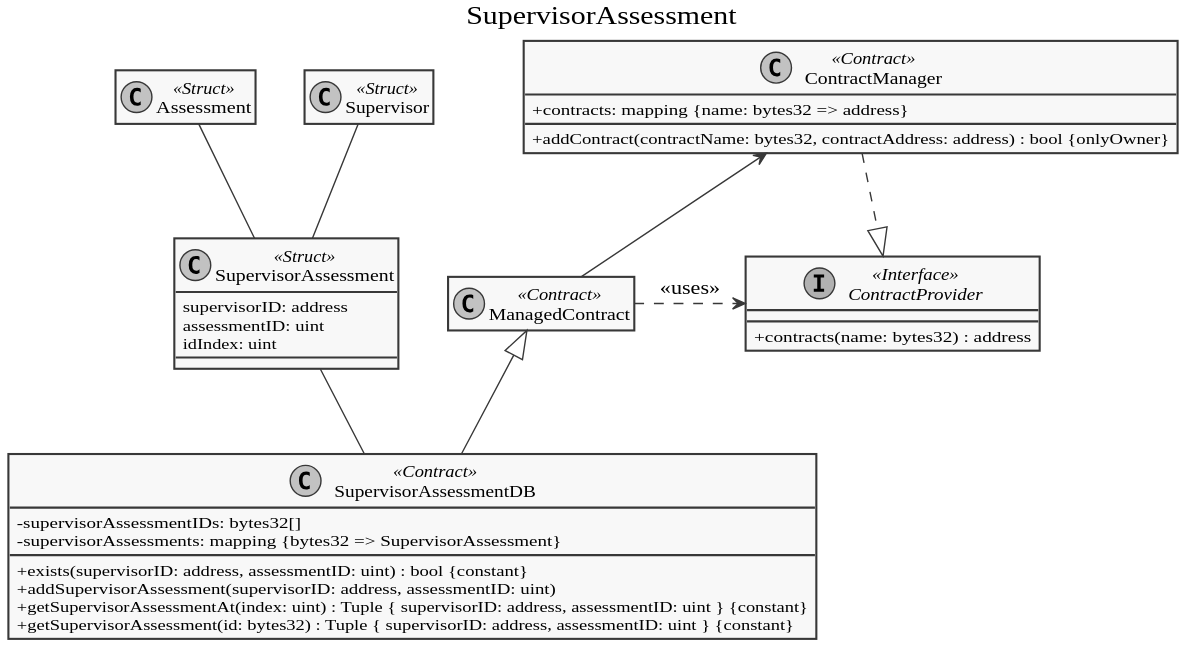
This is doc/diagrams/export/contracts/supervisorassessmentdb.svg from dev-tee/blockpass, a PlantUML export, as it was before one commit.
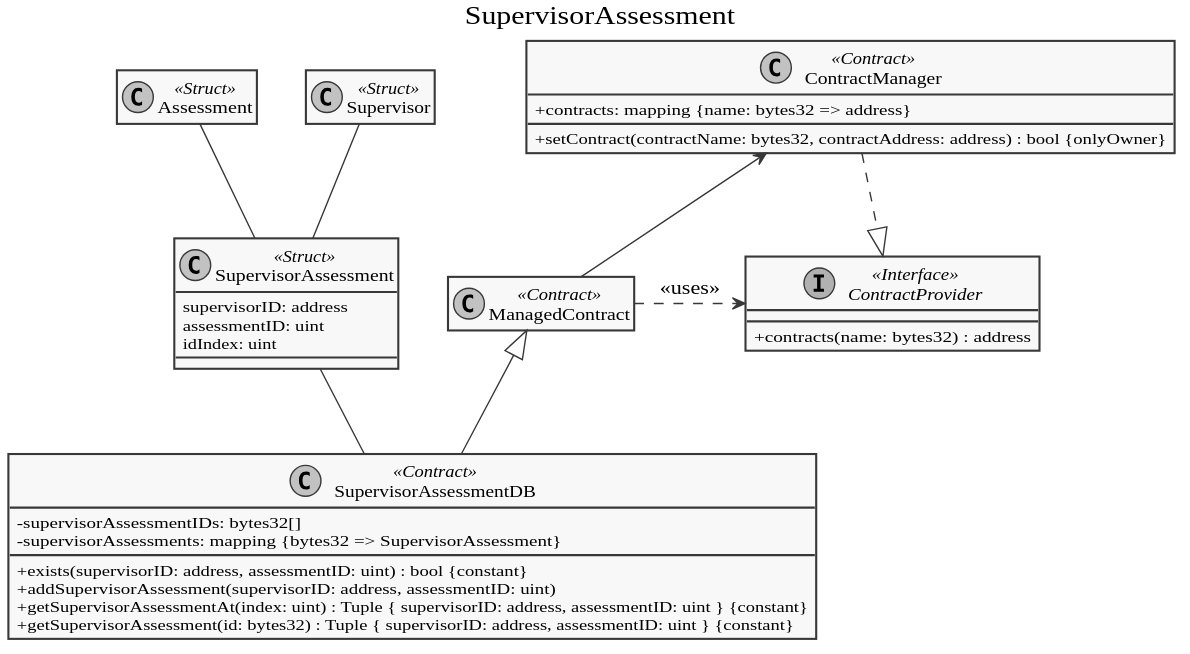
After the change.

Diff of the diagram source:
```diff
@@ -36,7 +36,7 @@
 
 class ContractManager << Contract >> {
   +contracts: mapping {name: bytes32 => address}
-  +addContract(contractName: bytes32, contractAddress: address) : bool {onlyOwner}
+  +setContract(contractName: bytes32, contractAddress: address) : bool {onlyOwner}
 }
 
 ContractManager -up-|> Owned
@@ -65,8 +65,8 @@
 title SupervisorDB
 
 class Supervisor << Struct >> {
-  name: bytes32
-  uaccountID: bytes32
+  name: string
+  uaccountID: string
   index: uint
   courseSupervisionIDs: bytes32[]
   testSupervisionIDs: bytes32[]
@@ -78,9 +78,9 @@
   -supervisors: mapping {address => Supervisor}
   __
   +isSupervisor(account: address) : bool {constant}
-  +addSupervisor(account: address, name: bytes32, uaccountID: bytes32)
-  +getSupervisor(account: address) : Tuple { name: bytes32, uaccountID: bytes32 } {constant}
-  +getSupervisorAt(index: uint) : Tuple { name: bytes32, uaccountID: bytes32 } {constant}
+  +addSupervisor(account: address, name: string, uaccountID: string)
+  +getSupervisor(account: address) : Tuple { name: string, uaccountID: string } {constant}
+  +getSupervisorAt(index: uint) : Tuple { name: string, uaccountID: string } {constant}
   +getNumSupervisors() : uint {constant}
   .. Setter for combined values ..
   +addCourseSupervisionID(account: address, id: bytes32) {permission: "coursesupervisiondb"}
@@ -106,8 +106,8 @@
 
 class Course << Struct >> {
   description: string
+  name: string
   ectsPoints: uint
-  name: bytes32
   assignmentIDs: uint[]
   testIDs: uint[]
   courseParticipationIDs: bytes32[]
@@ -117,8 +117,8 @@
 class CourseDB << Contract >> {
   -courses: Course[]
   __
-  +addCourse(description: string, name: bytes32, ectsPoints: uint) : uint
-  +getCourse(id: uint) : Tuple { description: string, name: bytes32, ectsPoints: uint } {constant}
+  +addCourse(description: string, name: string, ectsPoints: uint) : uint
+  +getCourse(id: uint) : Tuple { description: string, name: string, ectsPoints: uint } {constant}
   +getNumCourses() : uint {constant}
   .. Setter for combined values ..
   +addCourseParticipationID(courseID: uint, id: bytes32) {permission: "courseparticipationdb" }
@@ -137,6 +137,7 @@
 
 class Test << Struct >> {
   description: string
+  name: string
   maxPoints: uint
   dueDate: uint
   courseID: uint
@@ -148,8 +149,8 @@
 class TestDB << Contract >> {
   -tests: Test[]
   __
-  +addTest(description: string, maxPoints: uint, dueDate: uint, courseID: uint) : uint
-  +getTest(id: uint) : Tuple { description: string, maxPoints: uint, dueDate: uint, courseID: uint } {constant}
+  +addTest(description: string, name: string, maxPoints: uint, dueDate: uint, courseID: uint) : uint
+  +getTest(id: uint) : Tuple { description: string, name: string, maxPoints: uint, dueDate: uint, courseID: uint } {constant}
   +getNumTests() : uint {constant}
   .. Setter for combined values ..
   +addTestParticipationID(testID: uint, id: bytes32) {permission: "testparticipationdb"}
@@ -172,6 +173,7 @@
 
 class Assignment << Struct >> {
   description: string
+  name: string
   maxPoints: uint
   dueDate: uint
   courseID: uint
@@ -181,8 +183,8 @@
 class AssignmentDB << Contract >> {
   -assignments: Assignment[]
   __
-  +addAssignment(description: string, maxPoints: uint, dueDate: uint, courseID: uint) : uint
-  +getAssignment(id: uint) : Tuple { description: string, maxPoints: uint, dueDate: uint, courseID: uint } {constant}
+  +addAssignment(description: string, name: string, maxPoints: uint, dueDate: uint, courseID: uint) : uint
+  +getAssignment(id: uint) : Tuple { description: string, name: string, maxPoints: uint, dueDate: uint, courseID: uint } {constant}
   +getNumAssignments() : uint {constant}
   .. Setter for combined values ..
   +addSubmissionID(assignmentID: uint, id: uint) {permission: "submissiondb"}
```
